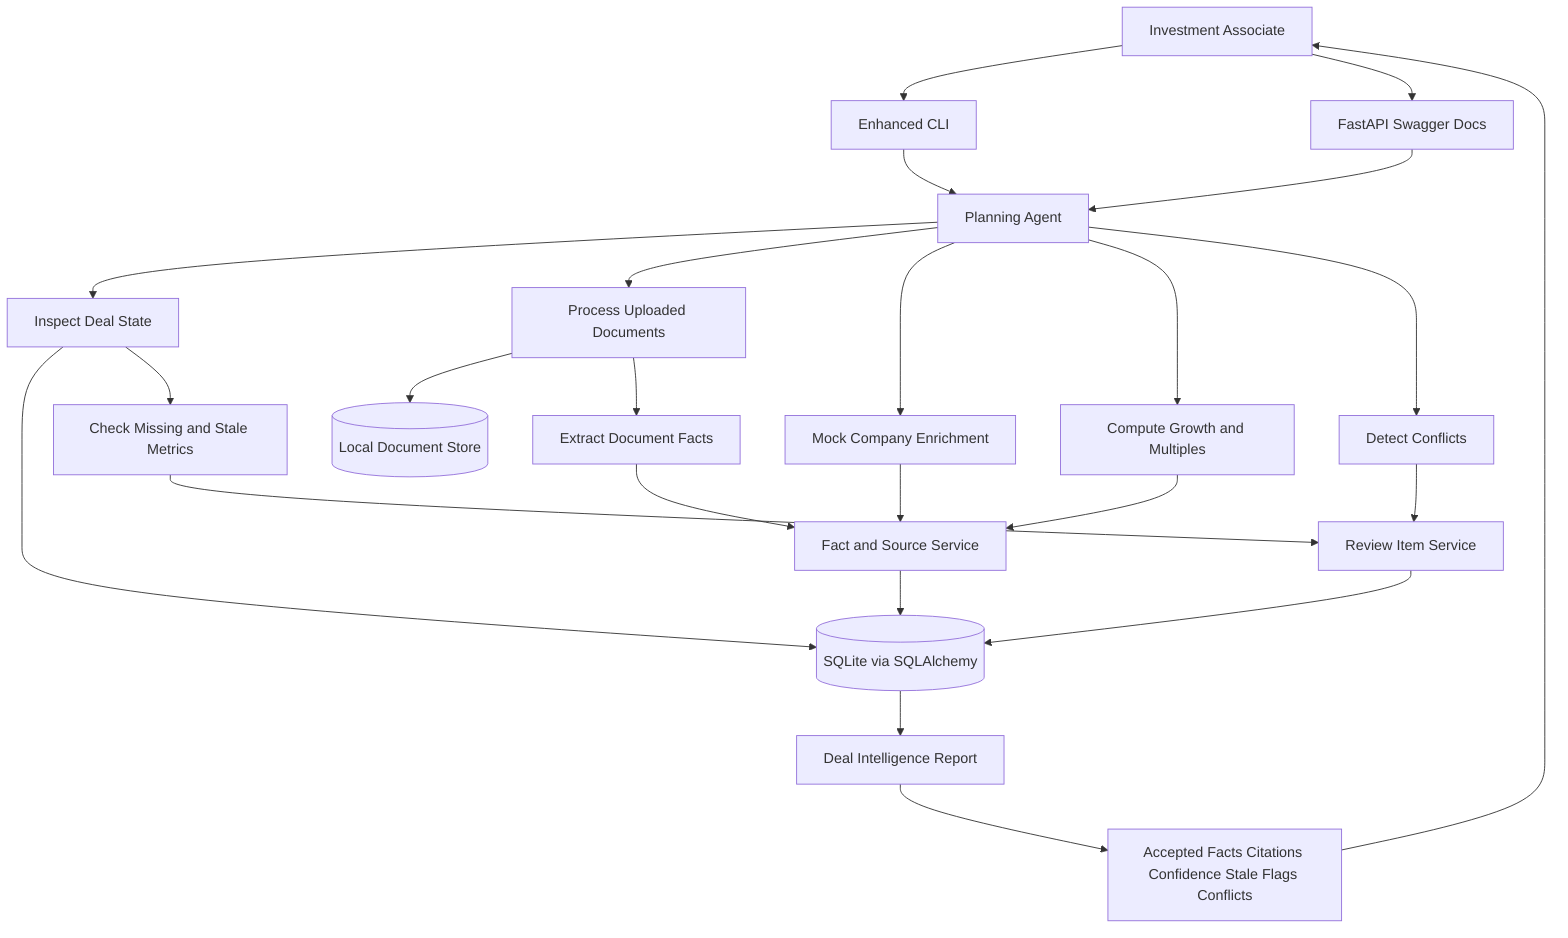
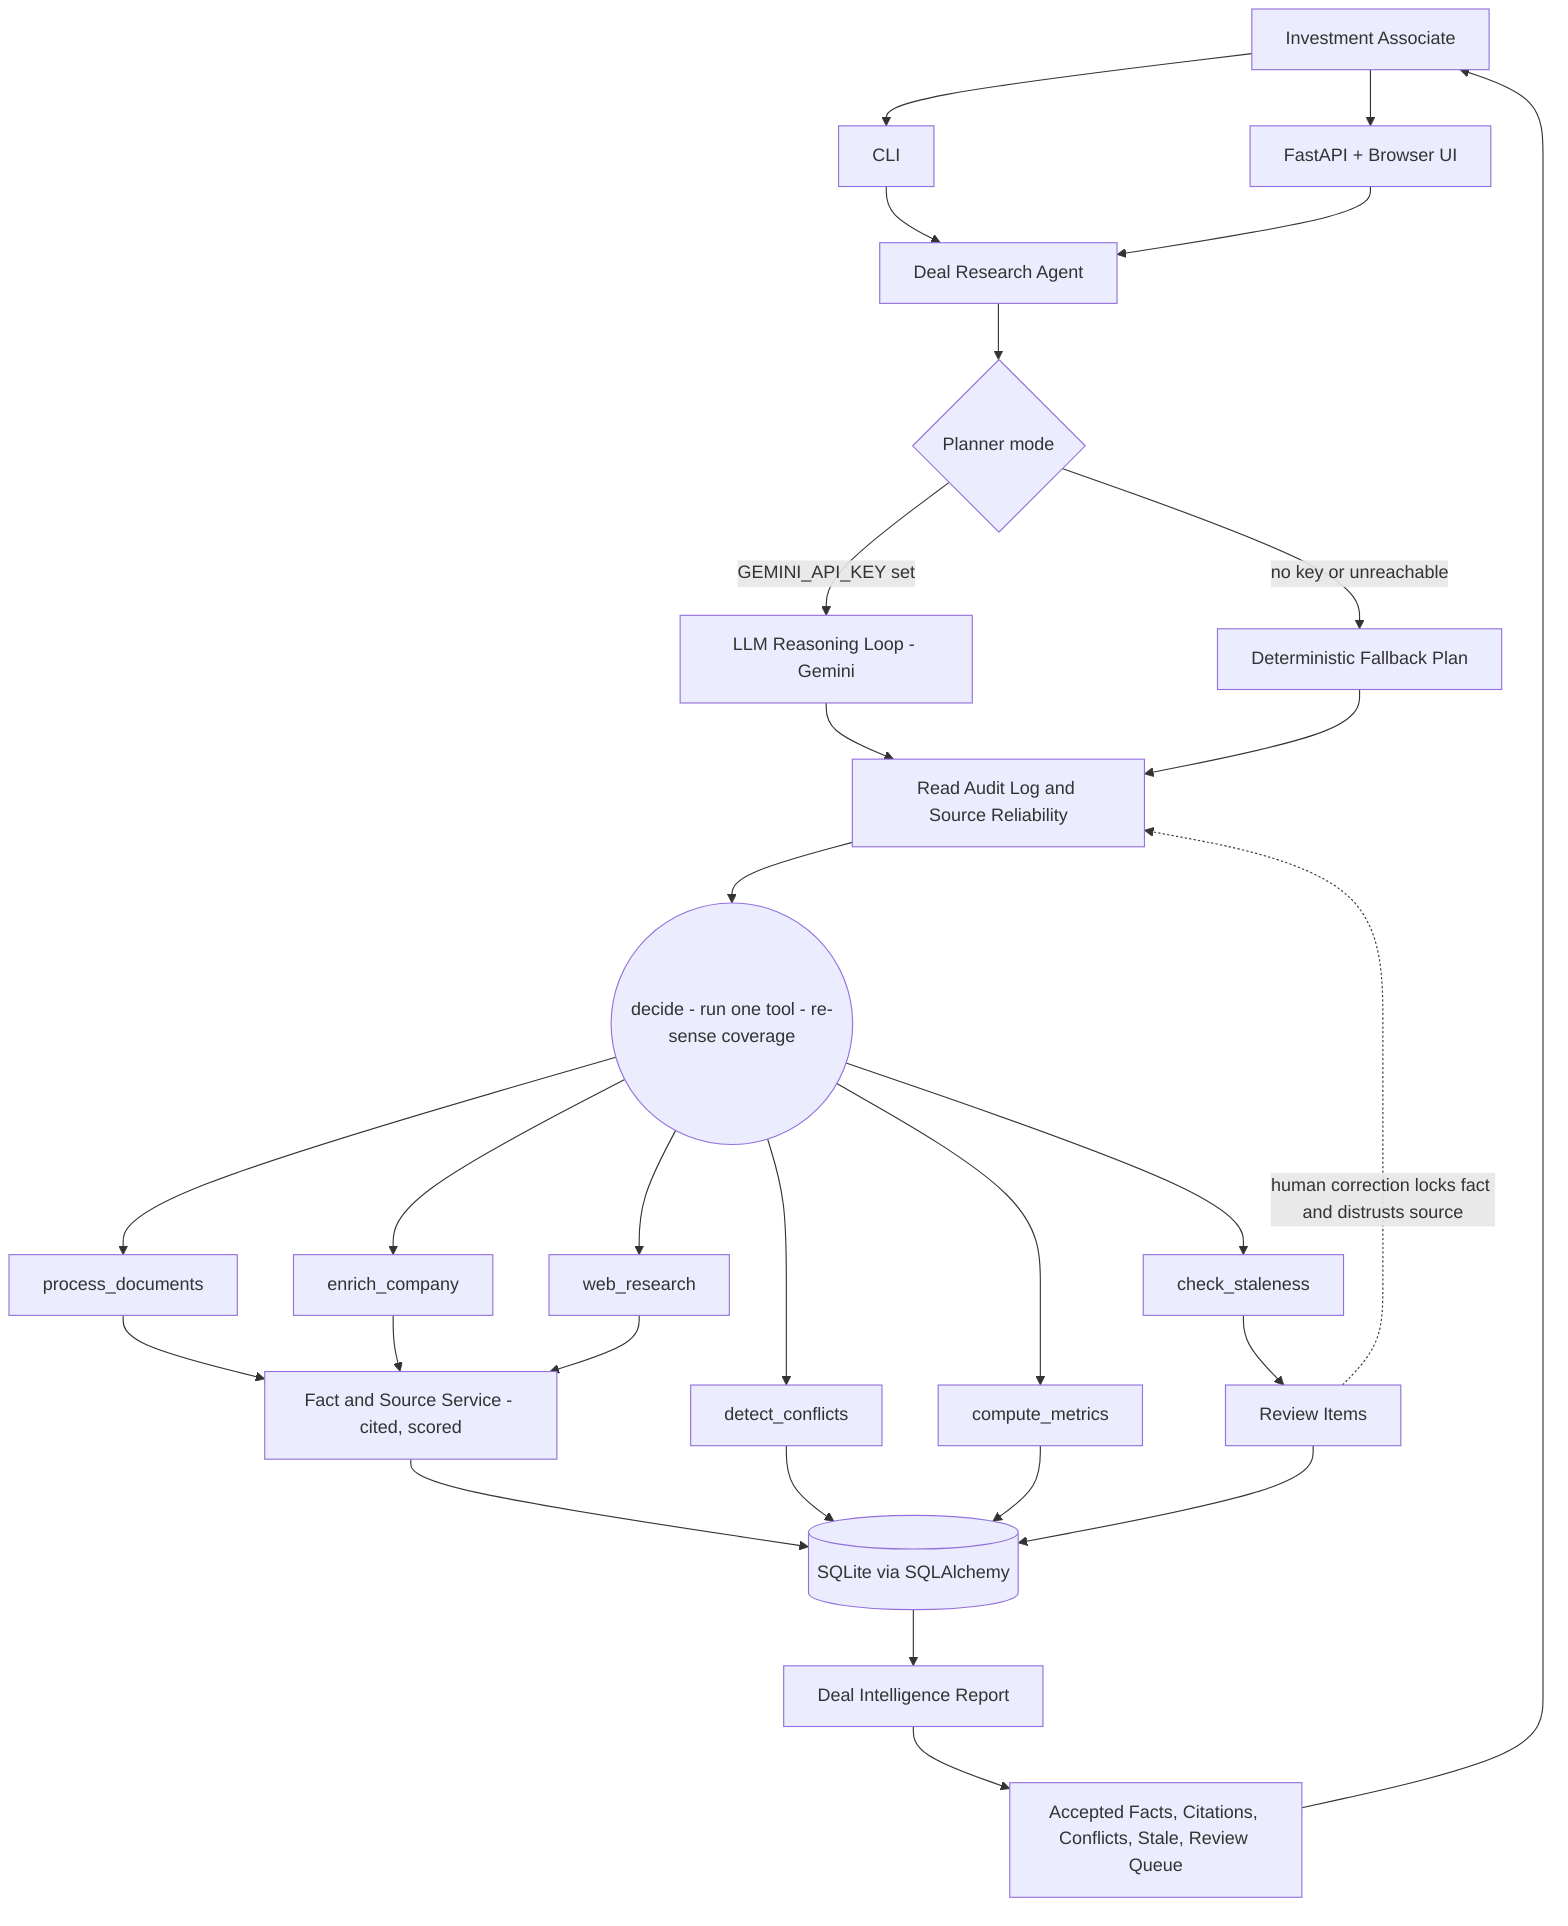
graph TD
-     A[Investment Associate] --> CLI[Enhanced CLI]
-     A --> API[FastAPI Swagger Docs]
-     CLI --> Agent[Planning Agent]
+     A[Investment Associate] --> CLI[CLI]
+     A --> API[FastAPI + Browser UI]
+     CLI --> Agent[Deal Research Agent]
    API --> Agent

-     Agent --> State[Inspect Deal State]
-     State --> DB[(SQLite via SQLAlchemy)]
-     State --> Stale[Check Missing and Stale Metrics]
+     Agent --> Planner{Planner mode}
+     Planner -->|GEMINI_API_KEY set| LLM[LLM Reasoning Loop - Gemini]
+     Planner -->|no key or unreachable| Det[Deterministic Fallback Plan]

-     Agent --> Uploads[Process Uploaded Documents]
-     Uploads --> Files[(Local Document Store)]
-     Uploads --> Extract[Extract Document Facts]
+     LLM --> Audit[Read Audit Log and Source Reliability]
+     Det --> Audit
+     Audit --> Loop((decide - run one tool - re-sense coverage))

-     Agent --> Enrich[Mock Company Enrichment]
-     Agent --> Compute[Compute Growth and Multiples]
-     Agent --> Conflict[Detect Conflicts]
+     Loop --> T1[process_documents]
+     Loop --> T2[enrich_company]
+     Loop --> T3[web_research]
+     Loop --> T4[detect_conflicts]
+     Loop --> T5[compute_metrics]
+     Loop --> T6[check_staleness]

-     Extract --> FactSvc[Fact and Source Service]
-     Enrich --> FactSvc
-     Compute --> FactSvc
-     Conflict --> Review[Review Item Service]
-     Stale --> Review
- 
-     FactSvc --> DB
+     T1 --> FactSvc[Fact and Source Service - cited, scored]
+     T2 --> FactSvc
+     T3 --> FactSvc
+     FactSvc --> DB[(SQLite via SQLAlchemy)]
+     T4 --> DB
+     T5 --> DB
+     T6 --> Review[Review Items]
    Review --> DB

    DB --> Output[Deal Intelligence Report]
-     Output --> Flags[Accepted Facts Citations Confidence Stale Flags Conflicts]
+     Output --> Flags[Accepted Facts, Citations, Conflicts, Stale, Review Queue]
    Flags --> A
+ 
+     Review -. human correction locks fact and distrusts source .-> Audit
